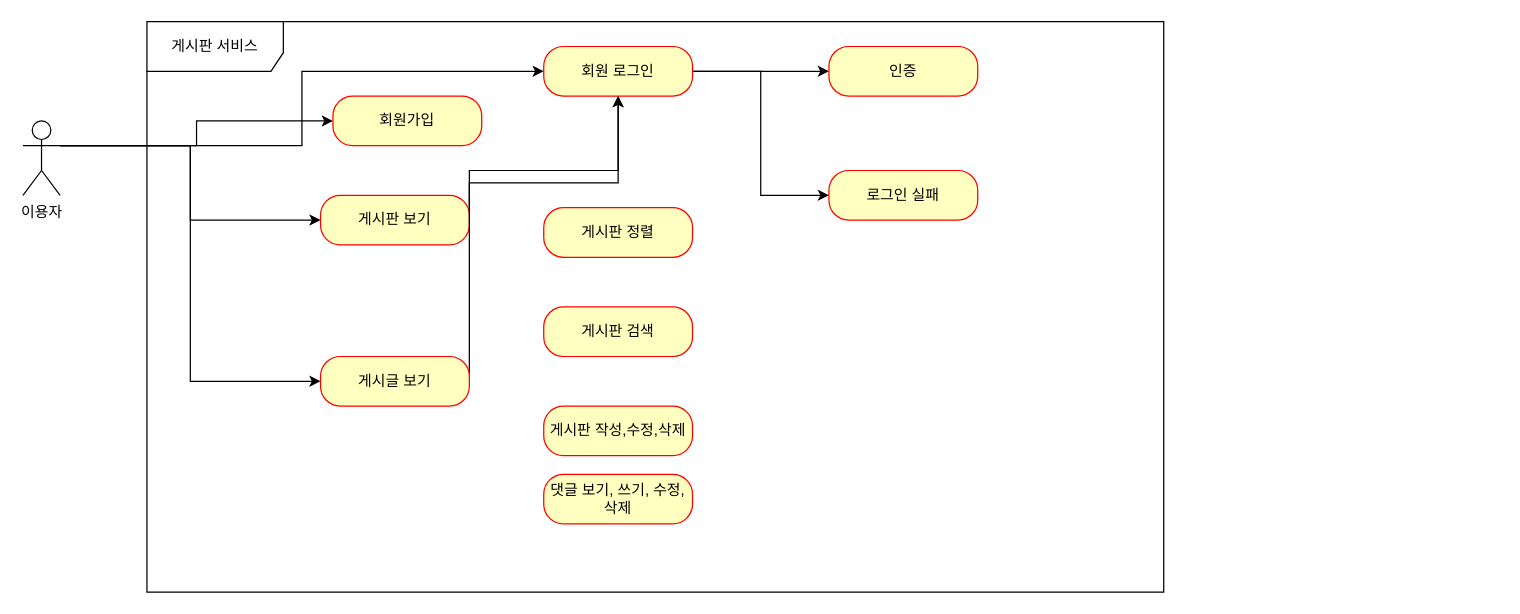
The draw.io diagram useCase.drawio in Jake-huen/board-project, before the edit. Source tidied: cells renumbered, new cells numbered last; positions are measured from the earlier drawing's top-left corner, leaving out a move shared by most shapes. Both pictures are drawn from the tidied source at 124%, with x=0, y=0 at pixel (22, 21).
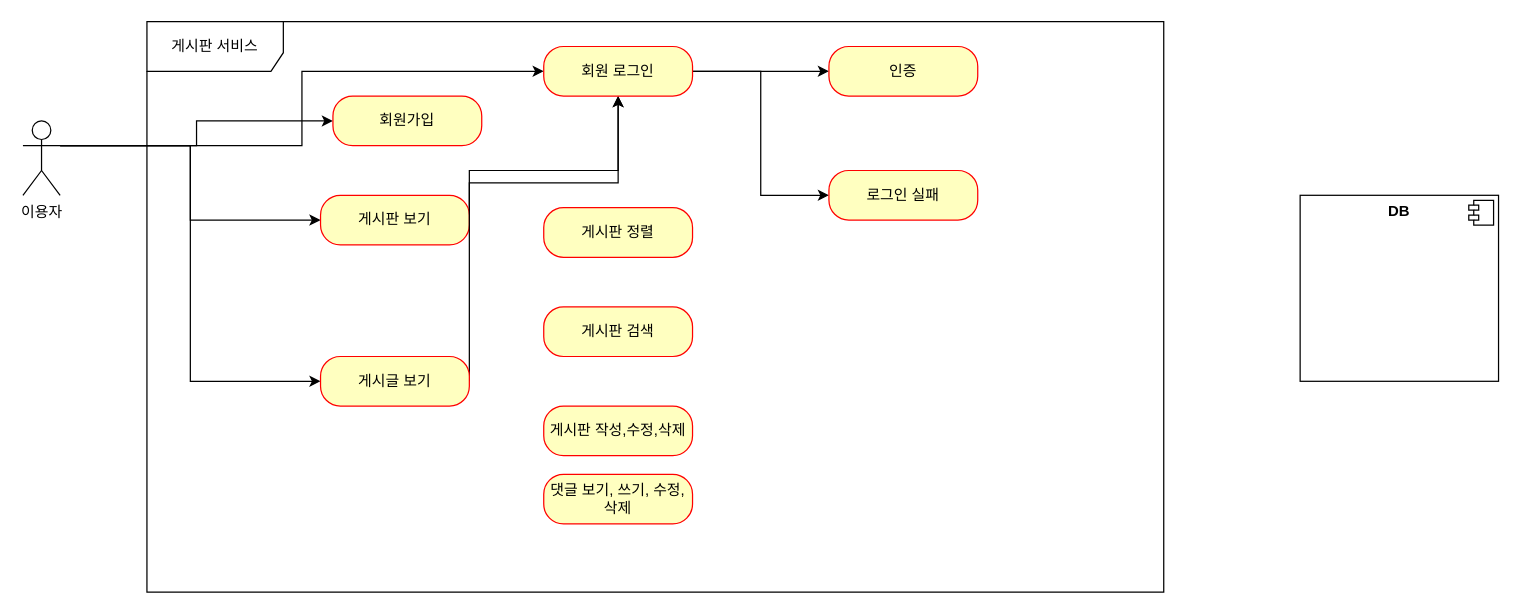
The same page after the edit.

Diff of the diagram source:
```diff
@@
+    <mxCell id="22" value="&lt;p style=&quot;margin:0px;margin-top:6px;text-align:center;&quot;&gt;&lt;b&gt;DB&lt;/b&gt;&lt;/p&gt;" style="align=left;overflow=fill;html=1;" parent="1" vertex="1">
+      <mxGeometry x="1030" y="140" width="160" height="150" as="geometry" />
+    </mxCell>
+    <mxCell id="23" style="shape=component;jettyWidth=8;jettyHeight=4;" parent="22" vertex="1">
+      <mxGeometry x="1" width="20" height="20" relative="1" as="geometry">
+        <mxPoint x="-24" y="4" as="offset" />
+      </mxGeometry>
+    </mxCell>
```
